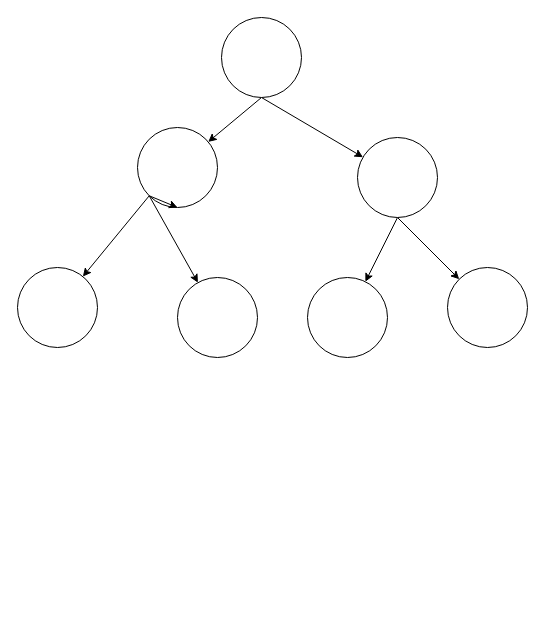
This is assets/Scene/test.drawio from CordQiong/cocosGames, a draw.io file, before an edit. Source tidied: cells renumbered, new cells numbered last; positions are measured from the earlier drawing's top-left corner, leaving out a move shared by most shapes. Both pictures are drawn from the tidied source at 100%, with x=0, y=0 at pixel (17, 17).
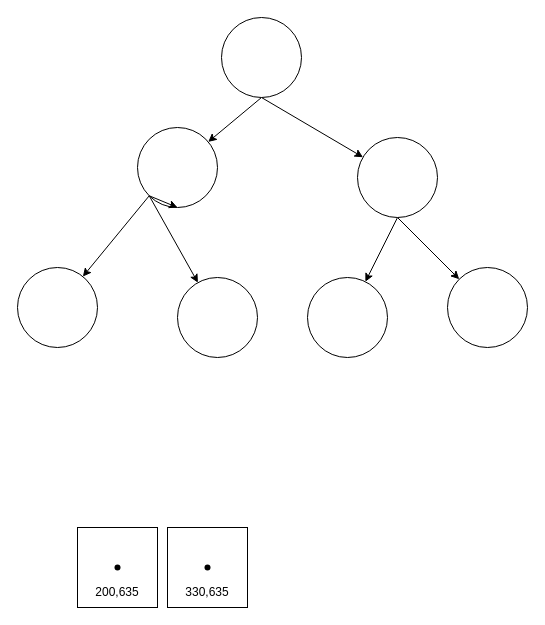
The same page after the edit.

The edit, as a diff of the source:
```diff
@@
+    <mxCell id="16" style="whiteSpace=wrap;html=1;" parent="1" vertex="1">
+      <mxGeometry x="60" y="510" width="80" height="80" as="geometry" />
+    </mxCell>
+    <mxCell id="17" style="whiteSpace=wrap;html=1;" parent="1" vertex="1">
+      <mxGeometry x="150" y="510" width="80" height="80" as="geometry" />
+    </mxCell>
+    <mxCell id="18" style="shape=waypoint;sketch=0;fillStyle=solid;size=6;fillColor=none;perimeter=centerPerimeter;" parent="1" vertex="1">
+      <mxGeometry x="90" y="540" width="20" height="20" as="geometry" />
+    </mxCell>
+    <mxCell id="19" style="shape=waypoint;sketch=0;fillStyle=solid;size=6;fillColor=none;perimeter=centerPerimeter;" parent="1" vertex="1">
+      <mxGeometry x="180" y="540" width="20" height="20" as="geometry" />
+    </mxCell>
+    <mxCell id="20" value="200,635" style="text;strokeColor=none;align=center;fillColor=none;html=1;verticalAlign=middle;whiteSpace=wrap;rounded=0;" parent="1" vertex="1">
+      <mxGeometry x="70" y="560" width="60" height="30" as="geometry" />
+    </mxCell>
+    <mxCell id="21" value="330,635" style="text;strokeColor=none;align=center;fillColor=none;html=1;verticalAlign=middle;whiteSpace=wrap;rounded=0;" parent="1" vertex="1">
+      <mxGeometry x="160" y="560" width="60" height="30" as="geometry" />
+    </mxCell>
```
